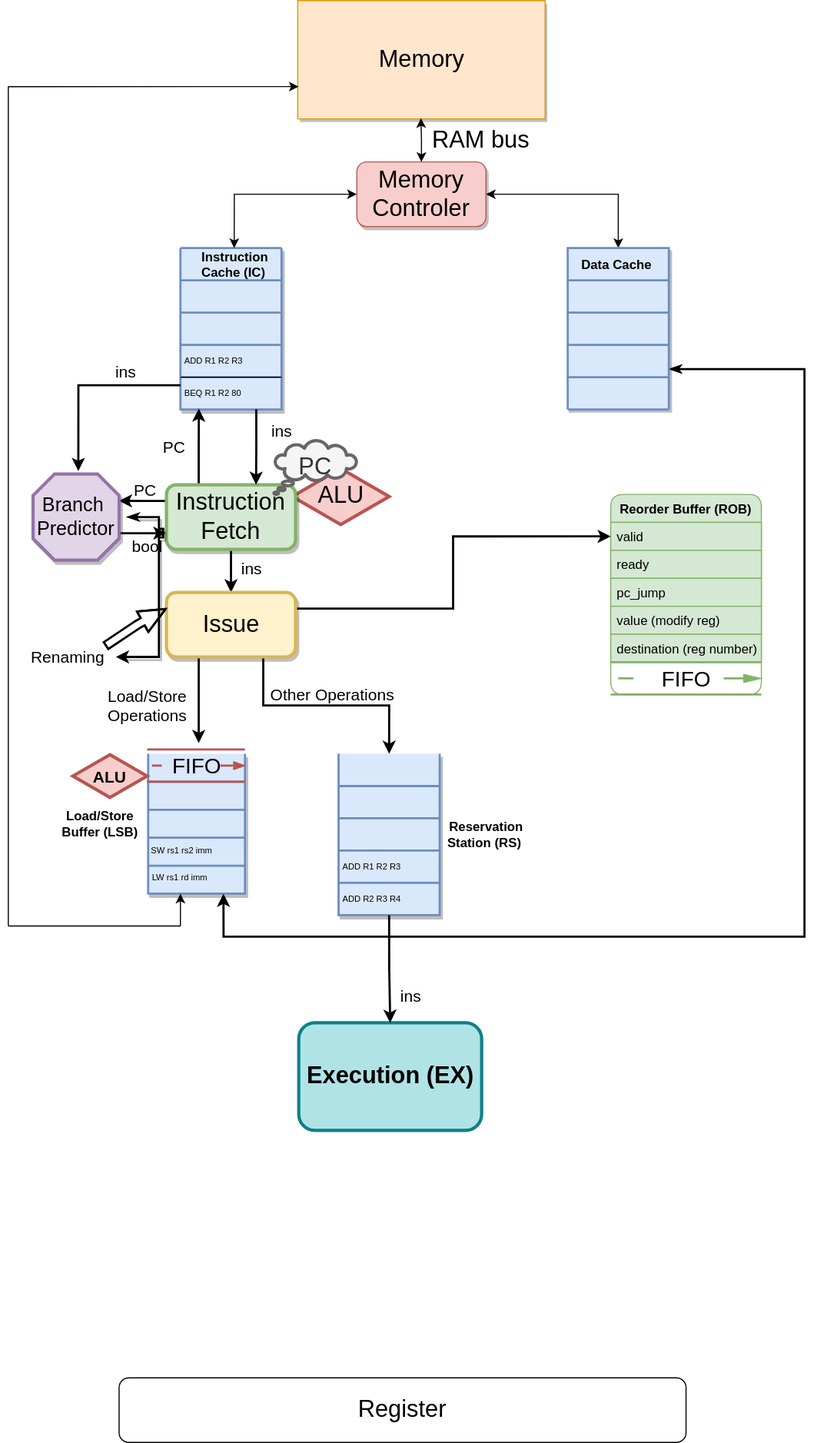
Before: design.svg, a diagram exported from draw.io (Vexoben/RISCV-CPU-for-Course). Source tidied: cells renumbered, new cells last; positions are measured from the earlier drawing's top-left corner, leaving out a move shared by most shapes.
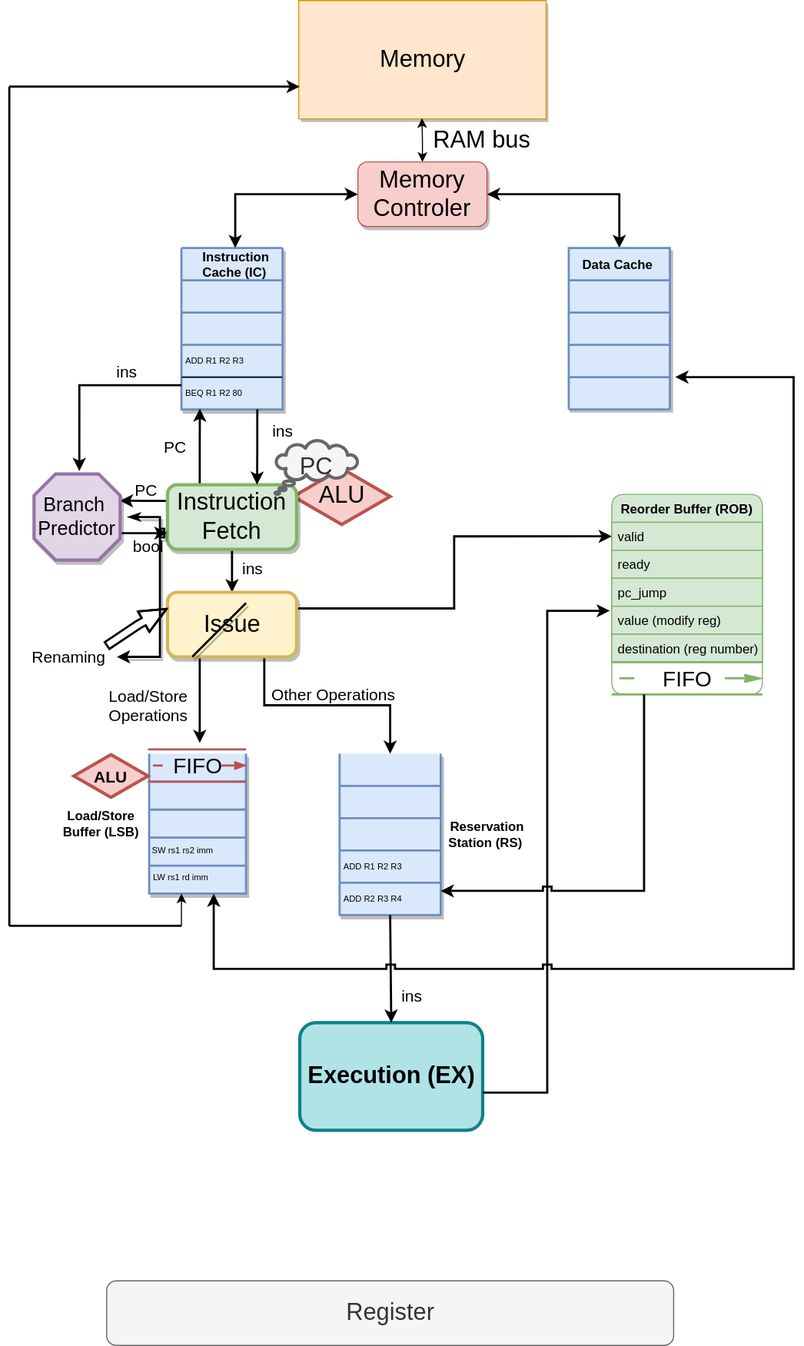
The same diagram one commit later.

What changed in the source:
```diff
@@ -67,13 +67,13 @@
     <mxCell id="22" value="SW rs1 rs2 imm" style="text;fontSize=8;spacingLeft=2;verticalAlign=middle;html=1;rotation=0;" parent="1" vertex="1">
       <mxGeometry x="129" y="775" width="94" height="30" as="geometry" />
     </mxCell>
-    <mxCell id="23" style="endArrow=none;html=1;rounded=0;" parent="1" edge="1">
+    <mxCell id="23" style="endArrow=none;html=1;rounded=0;strokeWidth=2;" parent="1" edge="1">
       <mxGeometry relative="1" as="geometry">
         <mxPoint y="860" as="sourcePoint" />
         <mxPoint x="160" y="860" as="targetPoint" />
       </mxGeometry>
     </mxCell>
-    <mxCell id="24" style="endArrow=none;html=1;rounded=0;" parent="1" edge="1">
+    <mxCell id="24" style="endArrow=none;html=1;rounded=0;strokeWidth=2;" parent="1" edge="1">
       <mxGeometry relative="1" as="geometry">
         <mxPoint y="860" as="sourcePoint" />
         <mxPoint y="80" as="targetPoint" />
@@ -82,7 +82,7 @@
         </Array>
       </mxGeometry>
     </mxCell>
-    <mxCell id="25" style="endArrow=classic;html=1;rounded=0;entryX=0.004;entryY=0.727;entryDx=0;entryDy=0;entryPerimeter=0;" parent="1" edge="1" target="16">
+    <mxCell id="25" style="endArrow=classic;html=1;rounded=0;entryX=0.004;entryY=0.727;entryDx=0;entryDy=0;entryPerimeter=0;strokeWidth=2;" parent="1" edge="1" target="16">
       <mxGeometry relative="1" as="geometry">
         <mxPoint y="80" as="sourcePoint" />
       </mxGeometry>
@@ -114,10 +114,10 @@
     <mxCell id="33" style="edgeStyle=orthogonalEdgeStyle;rounded=0;jettySize=auto;html=1;exitX=0.5;exitY=0;exitDx=0;exitDy=0;entryX=0.498;entryY=0.994;entryDx=0;entryDy=0;entryPerimeter=0;fontSize=22;startArrow=classic;startFill=1;" parent="1" edge="1" source="36" target="16">
       <mxGeometry relative="1" as="geometry" />
     </mxCell>
-    <mxCell id="34" style="edgeStyle=orthogonalEdgeStyle;rounded=0;jettySize=auto;html=1;exitX=0;exitY=0.5;exitDx=0;exitDy=0;fontSize=22;startArrow=classic;startFill=1;entryX=0.45;entryY=0;entryDx=0;entryDy=0;entryPerimeter=0;" parent="1" edge="1" source="36" target="7">
+    <mxCell id="34" style="edgeStyle=orthogonalEdgeStyle;rounded=0;jettySize=auto;html=1;exitX=0;exitY=0.5;exitDx=0;exitDy=0;fontSize=22;startArrow=classic;startFill=1;entryX=0.45;entryY=0;entryDx=0;entryDy=0;entryPerimeter=0;strokeWidth=2;" parent="1" edge="1" source="36" target="7">
       <mxGeometry relative="1" as="geometry" />
     </mxCell>
-    <mxCell id="35" style="edgeStyle=orthogonalEdgeStyle;rounded=0;jettySize=auto;html=1;exitX=1;exitY=0.5;exitDx=0;exitDy=0;entryX=0.5;entryY=0;entryDx=0;entryDy=0;fontSize=22;startArrow=classic;startFill=1;" parent="1" edge="1" source="36" target="41">
+    <mxCell id="35" style="edgeStyle=orthogonalEdgeStyle;rounded=0;jettySize=auto;html=1;exitX=1;exitY=0.5;exitDx=0;exitDy=0;entryX=0.5;entryY=0;entryDx=0;entryDy=0;fontSize=22;startArrow=classic;startFill=1;strokeWidth=2;" parent="1" edge="1" source="36" target="41">
       <mxGeometry relative="1" as="geometry" />
     </mxCell>
     <mxCell id="36" value="Memory&lt;br&gt;Controler" style="rounded=1;whiteSpace=wrap;html=1;fontSize=22;fillColor=#f8cecc;strokeColor=#b85450;shadow=1;" parent="1" vertex="1">
@@ -126,22 +126,22 @@
     <mxCell id="37" value="FIFO" style="strokeWidth=2;html=1;shape=mxgraph.lean_mapping.fifo_sequence_flow;fontStyle=0;fontSize=20;align=center;fillColor=#f8cecc;strokeColor=#b85450;" parent="1" vertex="1">
       <mxGeometry x="129" y="696" width="91" height="30" as="geometry" />
     </mxCell>
-    <mxCell id="38" value="Register" style="rounded=1;whiteSpace=wrap;html=1;fontSize=22;" parent="1" vertex="1">
-      <mxGeometry x="103" y="1280" width="527" height="60" as="geometry" />
+    <mxCell id="38" value="Register" style="rounded=1;whiteSpace=wrap;html=1;fontSize=22;fillColor=#f5f5f5;fontColor=#333333;strokeColor=#666666;" parent="1" vertex="1">
+      <mxGeometry x="90.5" y="1190" width="527" height="60" as="geometry" />
     </mxCell>
     <mxCell id="39" value="RAM bus" style="text;html=1;align=center;verticalAlign=middle;strokeColor=none;fillColor=none;fontSize=22;" parent="1" vertex="1">
       <mxGeometry x="384" y="110" width="110" height="40" as="geometry" />
     </mxCell>
-    <mxCell id="40" style="edgeStyle=orthogonalEdgeStyle;rounded=0;jettySize=auto;html=1;exitX=1;exitY=0.75;exitDx=0;exitDy=0;strokeColor=#000000;strokeWidth=2;fontSize=15;fontColor=#000000;startArrow=classicThin;startFill=1;endArrow=classic;endFill=1;jumpStyle=sharp;" parent="1" edge="1" source="41">
-      <mxGeometry relative="1" as="geometry">
-        <mxPoint x="200" y="830" as="targetPoint" />
-        <Array as="points">
-          <mxPoint x="740" y="343" />
-          <mxPoint x="740" y="870" />
-          <mxPoint x="200" y="870" />
-        </Array>
-      </mxGeometry>
-    </mxCell>
+    <mxCell id="76" style="edgeStyle=elbowEdgeStyle;rounded=0;jumpStyle=sharp;orthogonalLoop=1;jettySize=auto;html=1;shadow=0;strokeColor=#000000;strokeWidth=2;fontSize=22;fontColor=#000000;startArrow=classic;startFill=1;endArrow=none;endFill=0;elbow=vertical;" parent="1" edge="1">
+      <mxGeometry relative="1" as="geometry">
+        <mxPoint x="619" y="350" as="sourcePoint" />
+        <mxPoint x="729" y="900" as="targetPoint" />
+        <Array as="points">
+          <mxPoint x="739" y="350" />
+          <mxPoint x="739" y="720" />
+        </Array>
+      </mxGeometry>
+    </mxCell>
     <mxCell id="41" style="strokeWidth=2;html=1;shape=mxgraph.lean_mapping.data_box;html=1;rotation=0;fillColor=#dae8fc;strokeColor=#6c8ebf;shadow=1;" parent="1" vertex="1">
       <mxGeometry x="520" y="230" width="94" height="150" as="geometry" />
     </mxCell>
@@ -243,7 +243,11 @@
       <mxGeometry x="265" y="980" width="180" height="40" as="geometry" />
     </mxCell>
     <mxCell id="72" style="edgeStyle=orthogonalEdgeStyle;rounded=0;jettySize=auto;html=1;exitX=0.5;exitY=1;exitDx=0;exitDy=0;entryX=0.5;entryY=0;entryDx=0;entryDy=0;strokeColor=#000000;strokeWidth=2;fontSize=15;fontColor=#000000;startArrow=none;startFill=0;endArrow=classic;endFill=1;" parent="1" edge="1" source="28" target="70">
-      <mxGeometry relative="1" as="geometry" />
+      <mxGeometry relative="1" as="geometry">
+        <Array as="points">
+          <mxPoint x="354" y="950" />
+        </Array>
+      </mxGeometry>
     </mxCell>
     <mxCell id="73" value="ins" style="text;html=1;align=center;verticalAlign=middle;strokeColor=none;fillColor=none;fontSize=15;" parent="1" vertex="1">
       <mxGeometry x="354" y="910" width="40" height="30" as="geometry" />
@@ -259,5 +263,34 @@
     <mxCell id="75" value="Renaming" style="text;html=1;align=center;verticalAlign=middle;points=[];strokeColor=none;fillColor=none;fontSize=15;fontColor=#000000;" parent="1" vertex="1">
       <mxGeometry x="10" y="595" width="90" height="30" as="geometry" />
     </mxCell>
+    <mxCell id="77" style="edgeStyle=elbowEdgeStyle;elbow=horizontal;endArrow=classic;html=1;rounded=0;shadow=0;strokeColor=#000000;strokeWidth=2;fontSize=22;fontColor=#000000;jumpStyle=sharp;entryX=-0.013;entryY=0.164;entryDx=0;entryDy=0;entryPerimeter=0;startArrow=none;startFill=0;" parent="1" edge="1" target="13">
+      <mxGeometry relative="1" as="geometry">
+        <mxPoint x="440" y="1015" as="sourcePoint" />
+        <Array as="points">
+          <mxPoint x="500" y="990" />
+        </Array>
+      </mxGeometry>
+    </mxCell>
+    <mxCell id="78" style="endArrow=none;html=1;rounded=0;shadow=0;strokeColor=#000000;strokeWidth=2;fontSize=22;fontColor=#000000;elbow=vertical;jumpStyle=sharp;edgeStyle=orthogonalEdgeStyle;exitX=1;exitY=0.25;exitDx=0;exitDy=0;startArrow=classic;startFill=1;" parent="1" edge="1" source="28">
+      <mxGeometry relative="1" as="geometry">
+        <mxPoint x="590" y="645" as="targetPoint" />
+        <Array as="points">
+          <mxPoint x="590" y="828" />
+          <mxPoint x="590" y="645" />
+        </Array>
+      </mxGeometry>
+    </mxCell>
+    <mxCell id="79" style="endArrow=none;html=1;rounded=0;shadow=1;strokeColor=#000000;strokeWidth=2;fontSize=22;fontColor=#000000;elbow=vertical;jumpStyle=sharp;" parent="1" edge="1">
+      <mxGeometry relative="1" as="geometry">
+        <mxPoint x="170" y="610" as="sourcePoint" />
+        <mxPoint x="220" y="560" as="targetPoint" />
+      </mxGeometry>
+    </mxCell>
+    <mxCell id="80" style="edgeStyle=segmentEdgeStyle;endArrow=classic;html=1;rounded=0;shadow=0;strokeColor=#000000;strokeWidth=2;fontSize=22;fontColor=#000000;elbow=vertical;jumpStyle=sharp;" parent="1" edge="1">
+      <mxGeometry relative="1" as="geometry">
+        <mxPoint x="730" y="900" as="sourcePoint" />
+        <mxPoint x="190" y="830" as="targetPoint" />
+      </mxGeometry>
+    </mxCell>
   </root>
 </mxGraphModel>
```
